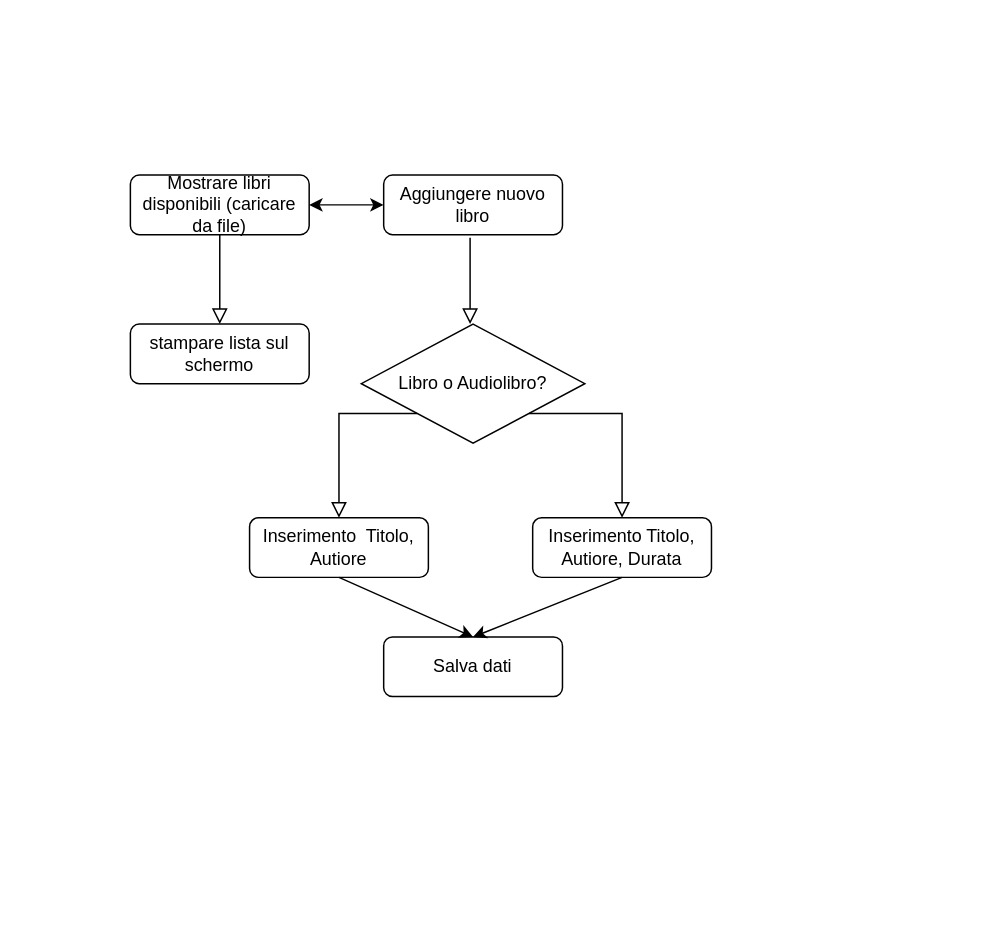
IrynaMe/Biblioteka keeps this draw.io diagram as Diagramma_biblioteka.drawio. Above is the earlier version. Source tidied: cells renumbered, new cells numbered last; positions are measured from the earlier drawing's top-left corner, leaving out a move shared by most shapes. Both pictures are drawn from the tidied source at 149%, with x=0, y=0 at pixel (130, 174).
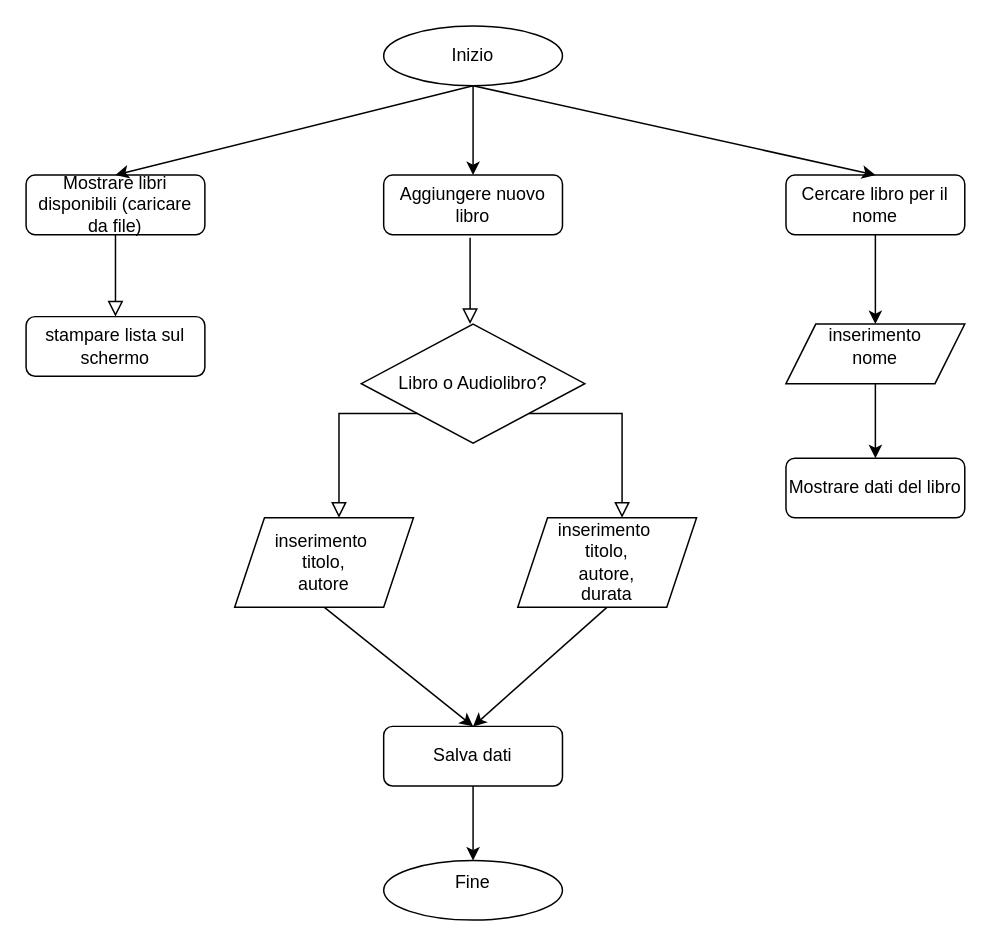
The same page after the edit.

Unchanged cells that the change refers to:
```xml
<mxCell id="6" value="Aggiungere nuovo libro" style="rounded=1;whiteSpace=wrap;html=1;fontSize=12;glass=0;strokeWidth=1;shadow=0;" parent="1" vertex="1">
  <mxGeometry x="170" width="120" height="40" as="geometry" />
</mxCell>
```

What changed in the source:
```diff
@@
-    <mxCell id="2" style="rounded=0;html=1;jettySize=auto;fontSize=11;endArrow=block;endFill=0;endSize=8;strokeWidth=1;shadow=0;labelBackgroundColor=none;edgeStyle=orthogonalEdgeStyle;" parent="1" edge="1" source="3">
-      <mxGeometry relative="1" as="geometry">
-        <mxPoint x="60" y="100" as="targetPoint" />
-      </mxGeometry>
+    <mxCell id="2" style="rounded=0;html=1;jettySize=auto;fontSize=11;endArrow=block;endFill=0;endSize=8;strokeWidth=1;shadow=0;labelBackgroundColor=none;edgeStyle=orthogonalEdgeStyle;entryX=0.5;entryY=0;entryDx=0;entryDy=0;" parent="1" edge="1" source="3" target="4">
+      <mxGeometry relative="1" as="geometry" />
     </mxCell>
     <mxCell id="3" value="Mostrare libri disponibili (caricare da file)" style="rounded=1;whiteSpace=wrap;html=1;fontSize=12;glass=0;strokeWidth=1;shadow=0;" parent="1" vertex="1">
-      <mxGeometry width="120" height="40" as="geometry" />
+      <mxGeometry x="-70" width="120" height="40" as="geometry" />
     </mxCell>
     <mxCell id="4" value="stampare lista sul schermo" style="rounded=1;whiteSpace=wrap;html=1;fontSize=12;glass=0;strokeWidth=1;shadow=0;" parent="1" vertex="1">
-      <mxGeometry y="100" width="120" height="40" as="geometry" />
+      <mxGeometry x="-70" y="95" width="120" height="40" as="geometry" />
     </mxCell>
-    <mxCell id="5" value="Inserimento&amp;nbsp; Titolo, Autiore" style="rounded=1;whiteSpace=wrap;html=1;fontSize=12;glass=0;strokeWidth=1;shadow=0;" parent="1" vertex="1">
-      <mxGeometry x="80" y="230" width="120" height="40" as="geometry" />
-    </mxCell>
@@
-    <mxCell id="8" style="endArrow=classic;startArrow=classic;html=1;rounded=0;exitX=1;exitY=0.5;exitDx=0;exitDy=0;entryX=0;entryY=0.5;entryDx=0;entryDy=0;" parent="1" edge="1" source="3" target="6">
-      <mxGeometry relative="1" as="geometry" />
-    </mxCell>
@@
-    <mxCell id="12" value="Inserimento Titolo, Autiore, Durata" style="rounded=1;whiteSpace=wrap;html=1;fontSize=12;glass=0;strokeWidth=1;shadow=0;" parent="1" vertex="1">
-      <mxGeometry x="270" y="230" width="120" height="40" as="geometry" />
-    </mxCell>
     <mxCell id="13" value="Salva dati" style="rounded=1;whiteSpace=wrap;html=1;fontSize=12;glass=0;strokeWidth=1;shadow=0;" parent="1" vertex="1">
-      <mxGeometry x="170" y="310" width="120" height="40" as="geometry" />
+      <mxGeometry x="170" y="370" width="120" height="40" as="geometry" />
     </mxCell>
-    <mxCell id="14" style="endArrow=classic;html=1;rounded=0;exitX=0.5;exitY=1;exitDx=0;exitDy=0;entryX=0.5;entryY=0;entryDx=0;entryDy=0;" parent="1" edge="1" source="5" target="13">
-      <mxGeometry relative="1" as="geometry" />
+    <mxCell id="14" style="endArrow=classic;html=1;rounded=0;entryX=0.5;entryY=0;entryDx=0;entryDy=0;" parent="1" edge="1" target="13">
+      <mxGeometry relative="1" as="geometry">
+        <mxPoint x="130" y="290" as="sourcePoint" />
+      </mxGeometry>
     </mxCell>
-    <mxCell id="15" style="endArrow=classic;html=1;rounded=0;" parent="1" edge="1">
-      <mxGeometry relative="1" as="geometry">
-        <mxPoint x="330" y="270" as="sourcePoint" />
-        <mxPoint x="230" y="310" as="targetPoint" />
-      </mxGeometry>
+    <mxCell id="15" style="endArrow=classic;html=1;rounded=0;exitX=0.5;exitY=1;exitDx=0;exitDy=0;entryX=0.5;entryY=0;entryDx=0;entryDy=0;" parent="1" edge="1" source="31" target="13">
+      <mxGeometry relative="1" as="geometry" />
     </mxCell>
+    <mxCell id="16" style="ellipse;whiteSpace=wrap;html=1;" parent="1" vertex="1">
+      <mxGeometry x="170" y="-100" width="120" height="40" as="geometry" />
+    </mxCell>
+    <mxCell id="17" style="endArrow=classic;html=1;rounded=0;entryX=0.5;entryY=0;entryDx=0;entryDy=0;exitX=0.5;exitY=1;exitDx=0;exitDy=0;" parent="1" edge="1" source="16" target="3">
+      <mxGeometry relative="1" as="geometry" />
+    </mxCell>
+    <mxCell id="18" style="endArrow=classic;html=1;rounded=0;entryX=0.5;entryY=0;entryDx=0;entryDy=0;exitX=0.5;exitY=1;exitDx=0;exitDy=0;" parent="1" edge="1" source="16" target="6">
+      <mxGeometry relative="1" as="geometry" />
+    </mxCell>
+    <mxCell id="19" style="ellipse;whiteSpace=wrap;html=1;" parent="1" vertex="1">
+      <mxGeometry x="170" y="460" width="120" height="40" as="geometry" />
+    </mxCell>
+    <mxCell id="20" style="endArrow=classic;html=1;rounded=0;exitX=0.5;exitY=1;exitDx=0;exitDy=0;entryX=0.5;entryY=0;entryDx=0;entryDy=0;" parent="1" edge="1" source="13" target="19">
+      <mxGeometry relative="1" as="geometry" />
+    </mxCell>
+    <mxCell id="21" value="Fine" style="text;html=1;align=center;verticalAlign=middle;whiteSpace=wrap;rounded=0;" parent="1" vertex="1">
+      <mxGeometry x="200" y="460" width="60" height="30" as="geometry" />
+    </mxCell>
+    <mxCell id="22" value="Inizio" style="text;html=1;align=center;verticalAlign=middle;whiteSpace=wrap;rounded=0;" parent="1" vertex="1">
+      <mxGeometry x="200" y="-95" width="60" height="30" as="geometry" />
+    </mxCell>
+    <mxCell id="23" value="Cercare libro per il nome" style="rounded=1;whiteSpace=wrap;html=1;fontSize=12;glass=0;strokeWidth=1;shadow=0;" parent="1" vertex="1">
+      <mxGeometry x="440" width="120" height="40" as="geometry" />
+    </mxCell>
+    <mxCell id="24" style="endArrow=classic;html=1;rounded=0;entryX=0.5;entryY=0;entryDx=0;entryDy=0;" parent="1" edge="1" target="23">
+      <mxGeometry relative="1" as="geometry">
+        <mxPoint x="230" y="-60" as="sourcePoint" />
+      </mxGeometry>
+    </mxCell>
+    <mxCell id="25" style="shape=parallelogram;perimeter=parallelogramPerimeter;whiteSpace=wrap;html=1;fixedSize=1;" parent="1" vertex="1">
+      <mxGeometry x="440" y="100" width="120" height="40" as="geometry" />
+    </mxCell>
+    <mxCell id="26" value="inserimento nome" style="text;html=1;align=center;verticalAlign=middle;whiteSpace=wrap;rounded=0;" parent="1" vertex="1">
+      <mxGeometry x="470" y="100" width="60" height="30" as="geometry" />
+    </mxCell>
+    <mxCell id="27" value="Mostrare dati del libro" style="rounded=1;whiteSpace=wrap;html=1;fontSize=12;glass=0;strokeWidth=1;shadow=0;" parent="1" vertex="1">
+      <mxGeometry x="440" y="190" width="120" height="40" as="geometry" />
+    </mxCell>
+    <mxCell id="28" style="endArrow=classic;html=1;rounded=0;exitX=0.5;exitY=1;exitDx=0;exitDy=0;entryX=0.5;entryY=0;entryDx=0;entryDy=0;" parent="1" edge="1" source="23" target="26">
+      <mxGeometry relative="1" as="geometry" />
+    </mxCell>
+    <mxCell id="29" style="endArrow=classic;html=1;rounded=0;exitX=0.5;exitY=1;exitDx=0;exitDy=0;entryX=0.5;entryY=0;entryDx=0;entryDy=0;" parent="1" edge="1" source="25" target="27">
+      <mxGeometry relative="1" as="geometry" />
+    </mxCell>
+    <mxCell id="30" style="shape=parallelogram;perimeter=parallelogramPerimeter;whiteSpace=wrap;html=1;fixedSize=1;" parent="1" vertex="1">
+      <mxGeometry x="70" y="230" width="120" height="60" as="geometry" />
+    </mxCell>
+    <mxCell id="31" style="shape=parallelogram;perimeter=parallelogramPerimeter;whiteSpace=wrap;html=1;fixedSize=1;" parent="1" vertex="1">
+      <mxGeometry x="260" y="230" width="120" height="60" as="geometry" />
+    </mxCell>
+    <mxCell id="32" value="inserimento&amp;nbsp; titolo, autore" style="text;html=1;align=center;verticalAlign=middle;whiteSpace=wrap;rounded=0;" parent="1" vertex="1">
+      <mxGeometry x="100" y="247.5" width="60" height="25" as="geometry" />
+    </mxCell>
+    <mxCell id="33" value="inserimento&amp;nbsp; titolo, autore, durata" style="text;html=1;align=center;verticalAlign=middle;whiteSpace=wrap;rounded=0;" parent="1" vertex="1">
+      <mxGeometry x="290" y="247.5" width="60" height="25" as="geometry" />
+    </mxCell>
```
